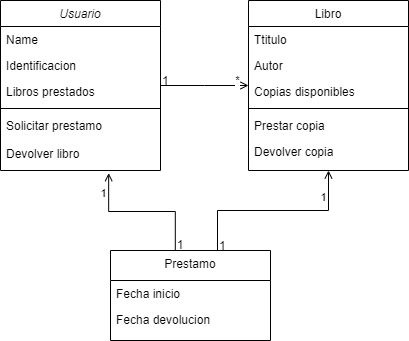
AgustinaFontana/1prueba keeps this draw.io diagram as Biblioteca.drawio.png. Above is the earlier version. Source tidied: cells renumbered, new cells last; positions are measured from the earlier drawing's top-left corner, leaving out a move shared by most shapes.
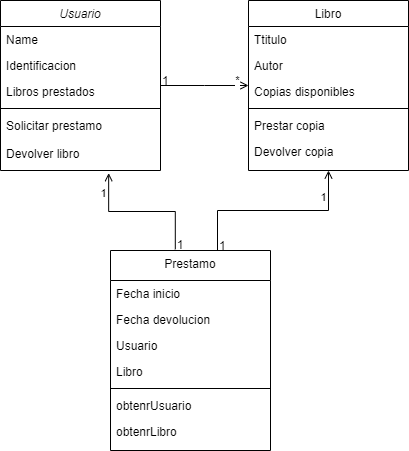
The same file after the commit.

Change to the diagram source:
```diff
@@ -24,7 +24,7 @@
       <mxGeometry y="140" width="160" height="28" as="geometry" />
     </mxCell>
     <mxCell id="9" value="Prestamo" style="swimlane;fontStyle=0;align=center;verticalAlign=top;horizontal=1;startSize=30;rounded=0;shadow=0;strokeWidth=1;" parent="1" vertex="1">
-      <mxGeometry x="110" y="250" width="160" height="90" as="geometry" />
+      <mxGeometry x="110" y="250" width="160" height="200" as="geometry" />
     </mxCell>
     <mxCell id="10" value="Fecha inicio" style="text;align=left;verticalAlign=top;spacingLeft=4;spacingRight=4;overflow=hidden;" parent="9" vertex="1">
       <mxGeometry y="30" width="160" height="26" as="geometry" />
@@ -32,6 +32,21 @@
     <mxCell id="11" value="Fecha devolucion" style="text;align=left;verticalAlign=top;spacingLeft=4;spacingRight=4;overflow=hidden;rounded=0;shadow=0;html=0;" parent="9" vertex="1">
       <mxGeometry y="56" width="160" height="26" as="geometry" />
     </mxCell>
+    <mxCell id="28" value="Usuario" style="text;align=left;verticalAlign=top;spacingLeft=4;spacingRight=4;overflow=hidden;rounded=0;shadow=0;html=0;" parent="9" vertex="1">
+      <mxGeometry y="82" width="160" height="26" as="geometry" />
+    </mxCell>
+    <mxCell id="29" value="Libro" style="text;align=left;verticalAlign=top;spacingLeft=4;spacingRight=4;overflow=hidden;rounded=0;shadow=0;html=0;" parent="9" vertex="1">
+      <mxGeometry y="108" width="160" height="26" as="geometry" />
+    </mxCell>
+    <mxCell id="30" style="line;html=1;strokeWidth=1;align=left;verticalAlign=middle;spacingTop=-1;spacingLeft=3;spacingRight=3;labelPosition=right;" parent="9" vertex="1">
+      <mxGeometry y="134" width="160" height="8" as="geometry" />
+    </mxCell>
+    <mxCell id="31" value="obtenrUsuario" style="text;align=left;verticalAlign=top;spacingLeft=4;spacingRight=4;overflow=hidden;rounded=0;shadow=0;html=0;" parent="9" vertex="1">
+      <mxGeometry y="142" width="160" height="26" as="geometry" />
+    </mxCell>
+    <mxCell id="32" value="obtenrLibro" style="text;align=left;verticalAlign=top;spacingLeft=4;spacingRight=4;overflow=hidden;rounded=0;shadow=0;html=0;" parent="9" vertex="1">
+      <mxGeometry y="168" width="160" height="26" as="geometry" />
+    </mxCell>
     <mxCell id="12" value="Libro" style="swimlane;fontStyle=0;align=center;verticalAlign=top;horizontal=1;startSize=26;rounded=0;shadow=0;strokeWidth=1;" parent="1" vertex="1">
       <mxGeometry x="248" width="160" height="170" as="geometry" />
     </mxCell>
```
